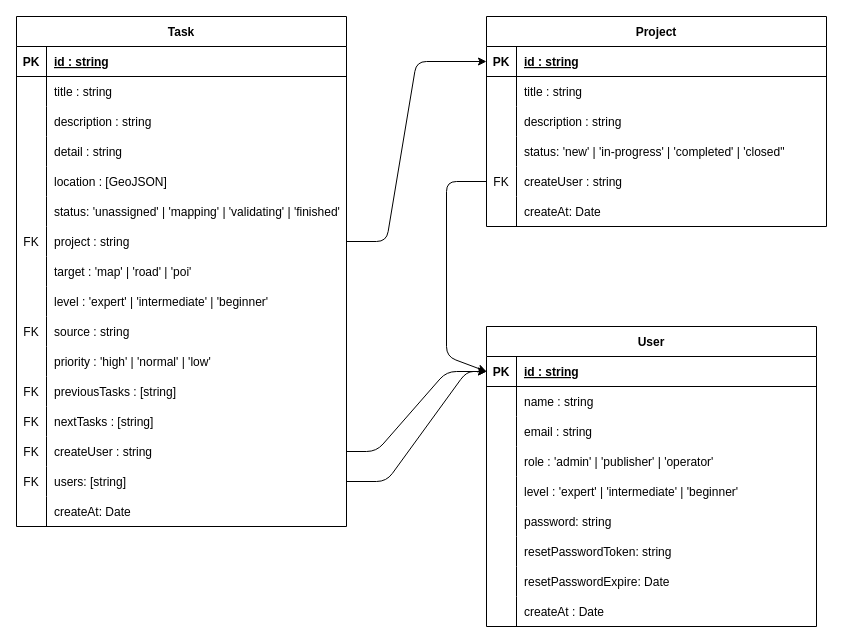
shomrkm/map-masking-manager keeps this draw.io diagram as doc/db-design.drawio. Above is the earlier version. Source tidied: cells renumbered, new cells numbered last; positions are measured from the earlier drawing's top-left corner, leaving out a move shared by most shapes. Both pictures are drawn from the tidied source at 100%, with x=0, y=0 at pixel (16, 16).
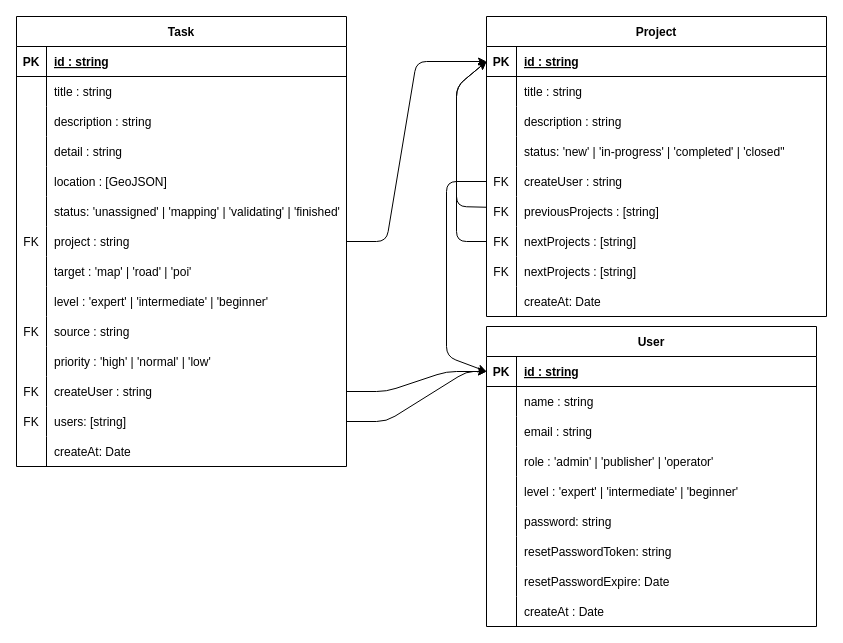
After the change.

Commit message (it also covers changes not shown here):
feat: Add User schema and test data.

Unchanged cells that the change refers to:
```xml
<mxCell id="53" style="shape=partialRectangle;fillColor=none;top=0;left=0;bottom=1;right=0;points=[[0,0.5],[1,0.5]];portConstraint=eastwest;" parent="52" vertex="1">
  <mxGeometry y="30" width="340" height="30" as="geometry" />
</mxCell>
<mxCell id="72" style="shape=partialRectangle;fillColor=none;top=0;left=0;bottom=1;right=0;points=[[0,0.5],[1,0.5]];portConstraint=eastwest;" parent="71" vertex="1">
  <mxGeometry y="30" width="330" height="30" as="geometry" />
</mxCell>
```

What changed in the source:
```diff
@@
     <mxCell id="2" value="Task" style="shape=table;startSize=30;childLayout=tableLayout;rowLines=0;fontStyle=1;align=center;" parent="1" vertex="1">
-      <mxGeometry width="330" height="510" as="geometry" />
+      <mxGeometry width="330" height="450" as="geometry" />
     </mxCell>
@@
-    <mxCell id="36" style="shape=partialRectangle;fillColor=none;top=0;left=0;bottom=0;right=0;" parent="2" vertex="1">
-      <mxGeometry y="360" width="330" height="30" as="geometry" />
-    </mxCell>
-    <mxCell id="37" value="FK" style="shape=partialRectangle;fillColor=none;top=0;left=0;bottom=0;right=0;overflow=hidden;" parent="36" vertex="1">
-      <mxGeometry width="30" height="30" as="geometry" />
-    </mxCell>
-    <mxCell id="38" value="previousTasks : [string]" style="shape=partialRectangle;fillColor=none;top=0;left=0;bottom=0;right=0;align=left;spacingLeft=6;overflow=hidden;" parent="36" vertex="1">
-      <mxGeometry x="30" width="300" height="30" as="geometry" />
-    </mxCell>
-    <mxCell id="39" style="shape=partialRectangle;fillColor=none;top=0;left=0;bottom=0;right=0;" parent="2" vertex="1">
-      <mxGeometry y="390" width="330" height="30" as="geometry" />
-    </mxCell>
-    <mxCell id="40" value="FK" style="shape=partialRectangle;fillColor=none;top=0;left=0;bottom=0;right=0;overflow=hidden;" parent="39" vertex="1">
-      <mxGeometry width="30" height="30" as="geometry" />
-    </mxCell>
-    <mxCell id="41" value="nextTasks : [string]" style="shape=partialRectangle;fillColor=none;top=0;left=0;bottom=0;right=0;align=left;spacingLeft=6;overflow=hidden;" parent="39" vertex="1">
-      <mxGeometry x="30" width="300" height="30" as="geometry" />
-    </mxCell>
     <mxCell id="42" style="shape=partialRectangle;fillColor=none;top=0;left=0;bottom=0;right=0;points=[[0,0.5],[1,0.5]];portConstraint=eastwest;" parent="2" vertex="1">
-      <mxGeometry y="420" width="330" height="30" as="geometry" />
+      <mxGeometry y="360" width="330" height="30" as="geometry" />
     </mxCell>
@@
     <mxCell id="45" style="shape=partialRectangle;fillColor=none;top=0;left=0;bottom=0;right=0;points=[[0,0.5],[1,0.5]];portConstraint=eastwest;" parent="2" vertex="1">
-      <mxGeometry y="450" width="330" height="30" as="geometry" />
+      <mxGeometry y="390" width="330" height="30" as="geometry" />
     </mxCell>
@@
     <mxCell id="48" style="shape=partialRectangle;fillColor=none;top=0;left=0;bottom=0;right=0;" parent="2" vertex="1">
-      <mxGeometry y="480" width="330" height="30" as="geometry" />
+      <mxGeometry y="420" width="330" height="30" as="geometry" />
     </mxCell>
@@
     <mxCell id="52" value="Project" style="shape=table;startSize=30;childLayout=tableLayout;rowLines=0;fontStyle=1;align=center;" parent="1" vertex="1">
-      <mxGeometry x="470" width="340" height="210" as="geometry" />
+      <mxGeometry x="470" width="340" height="300" as="geometry" />
     </mxCell>
@@
+    <mxCell id="102" style="shape=partialRectangle;fillColor=none;top=0;left=0;bottom=0;right=0;points=[[0,0.5],[1,0.5]];portConstraint=eastwest;" parent="52" vertex="1">
+      <mxGeometry y="180" width="340" height="30" as="geometry" />
+    </mxCell>
+    <mxCell id="103" value="FK" style="shape=partialRectangle;fillColor=none;top=0;left=0;bottom=0;right=0;overflow=hidden;" parent="102" vertex="1">
+      <mxGeometry width="30" height="30" as="geometry" />
+    </mxCell>
+    <mxCell id="104" value="previousProjects : [string]" style="shape=partialRectangle;fillColor=none;top=0;left=0;bottom=0;right=0;align=left;spacingLeft=6;overflow=hidden;" parent="102" vertex="1">
+      <mxGeometry x="30" width="310" height="30" as="geometry" />
+    </mxCell>
+    <mxCell id="105" style="shape=partialRectangle;fillColor=none;top=0;left=0;bottom=0;right=0;points=[[0,0.5],[1,0.5]];portConstraint=eastwest;" parent="52" vertex="1">
+      <mxGeometry y="210" width="340" height="30" as="geometry" />
+    </mxCell>
+    <mxCell id="106" value="FK" style="shape=partialRectangle;fillColor=none;top=0;left=0;bottom=0;right=0;overflow=hidden;" parent="105" vertex="1">
+      <mxGeometry width="30" height="30" as="geometry" />
+    </mxCell>
+    <mxCell id="107" value="nextProjects : [string]" style="shape=partialRectangle;fillColor=none;top=0;left=0;bottom=0;right=0;align=left;spacingLeft=6;overflow=hidden;" parent="105" vertex="1">
+      <mxGeometry x="30" width="310" height="30" as="geometry" />
+    </mxCell>
+    <mxCell id="108" style="shape=partialRectangle;fillColor=none;top=0;left=0;bottom=0;right=0;" parent="52" vertex="1">
+      <mxGeometry y="240" width="340" height="30" as="geometry" />
+    </mxCell>
+    <mxCell id="109" value="FK" style="shape=partialRectangle;fillColor=none;top=0;left=0;bottom=0;right=0;overflow=hidden;" parent="108" vertex="1">
+      <mxGeometry width="30" height="30" as="geometry" />
+    </mxCell>
+    <mxCell id="110" value="nextProjects : [string]" style="shape=partialRectangle;fillColor=none;top=0;left=0;bottom=0;right=0;align=left;spacingLeft=6;overflow=hidden;" parent="108" vertex="1">
+      <mxGeometry x="30" width="310" height="30" as="geometry" />
+    </mxCell>
     <mxCell id="68" style="shape=partialRectangle;fillColor=none;top=0;left=0;bottom=0;right=0;" parent="52" vertex="1">
-      <mxGeometry y="180" width="340" height="30" as="geometry" />
+      <mxGeometry y="270" width="340" height="30" as="geometry" />
     </mxCell>
@@
+    <mxCell id="111" style="edgeStyle=none;html=1;entryX=0;entryY=0.5;entryDx=0;entryDy=0;" parent="52" edge="1" source="102" target="53">
+      <mxGeometry relative="1" as="geometry">
+        <Array as="points">
+          <mxPoint x="-30" y="190" />
+          <mxPoint x="-30" y="70" />
+        </Array>
+      </mxGeometry>
+    </mxCell>
+    <mxCell id="112" style="edgeStyle=none;html=1;exitX=0;exitY=0.5;exitDx=0;exitDy=0;entryX=0;entryY=0.5;entryDx=0;entryDy=0;" parent="52" edge="1" source="105" target="53">
+      <mxGeometry relative="1" as="geometry">
+        <Array as="points">
+          <mxPoint x="-30" y="225" />
+          <mxPoint x="-30" y="70" />
+        </Array>
+      </mxGeometry>
+    </mxCell>
@@
     <mxCell id="100" style="edgeStyle=none;html=1;entryX=0;entryY=0.5;entryDx=0;entryDy=0;exitX=1;exitY=0.5;exitDx=0;exitDy=0;" parent="1" edge="1" source="42" target="72">
       <mxGeometry relative="1" as="geometry">
         <Array as="points">
-          <mxPoint x="360" y="435" />
+          <mxPoint x="370" y="375" />
           <mxPoint x="430" y="355" />
         </Array>
       </mxGeometry>
     </mxCell>
     <mxCell id="101" style="edgeStyle=none;html=1;entryX=0;entryY=0.5;entryDx=0;entryDy=0;exitX=1;exitY=0.5;exitDx=0;exitDy=0;" parent="1" edge="1" source="45" target="72">
       <mxGeometry relative="1" as="geometry">
         <Array as="points">
-          <mxPoint x="370" y="465" />
+          <mxPoint x="370" y="405" />
           <mxPoint x="450" y="355" />
         </Array>
       </mxGeometry>
     </mxCell>
```
